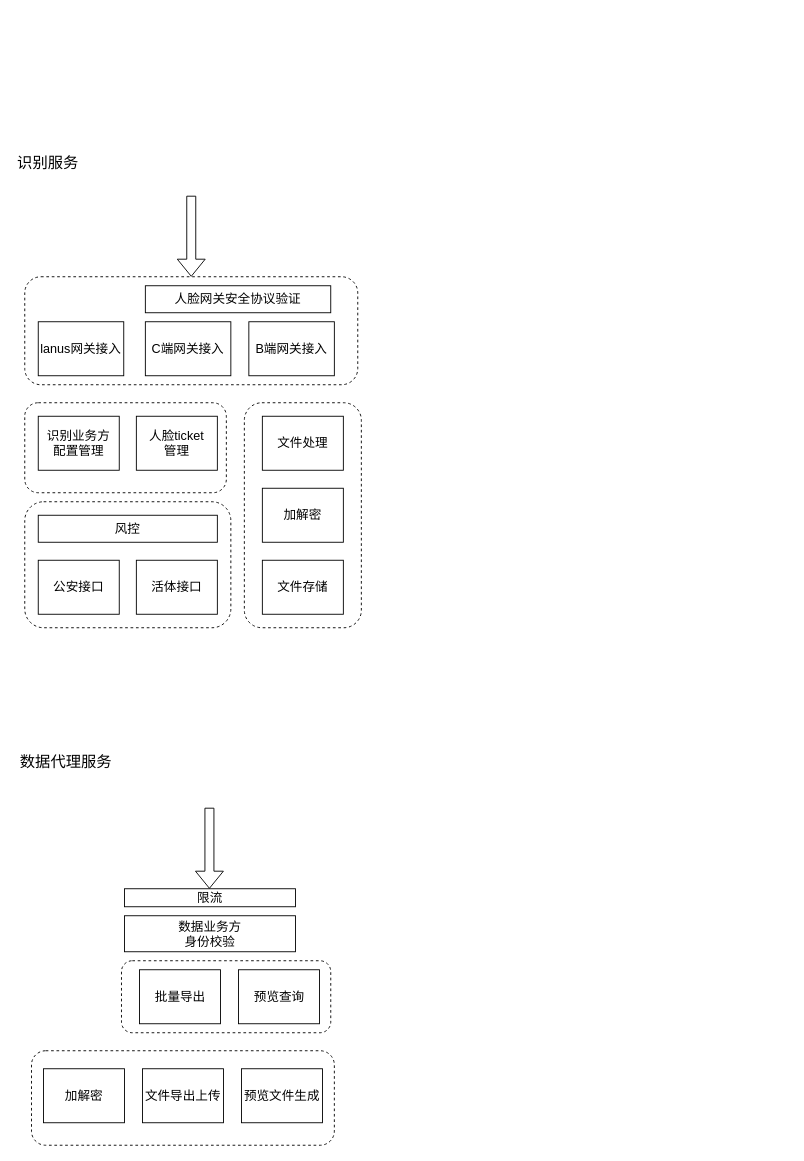
The draw.io diagram 人脸后台模块图.drawio in hua66ForFreedom/JustForTest, before the edit. Source tidied: cells renumbered, new cells numbered last; positions are measured from the earlier drawing's top-left corner, leaving out a move shared by most shapes. Both pictures are drawn from the tidied source at 90%, with x=0, y=0 at pixel (15, 141).
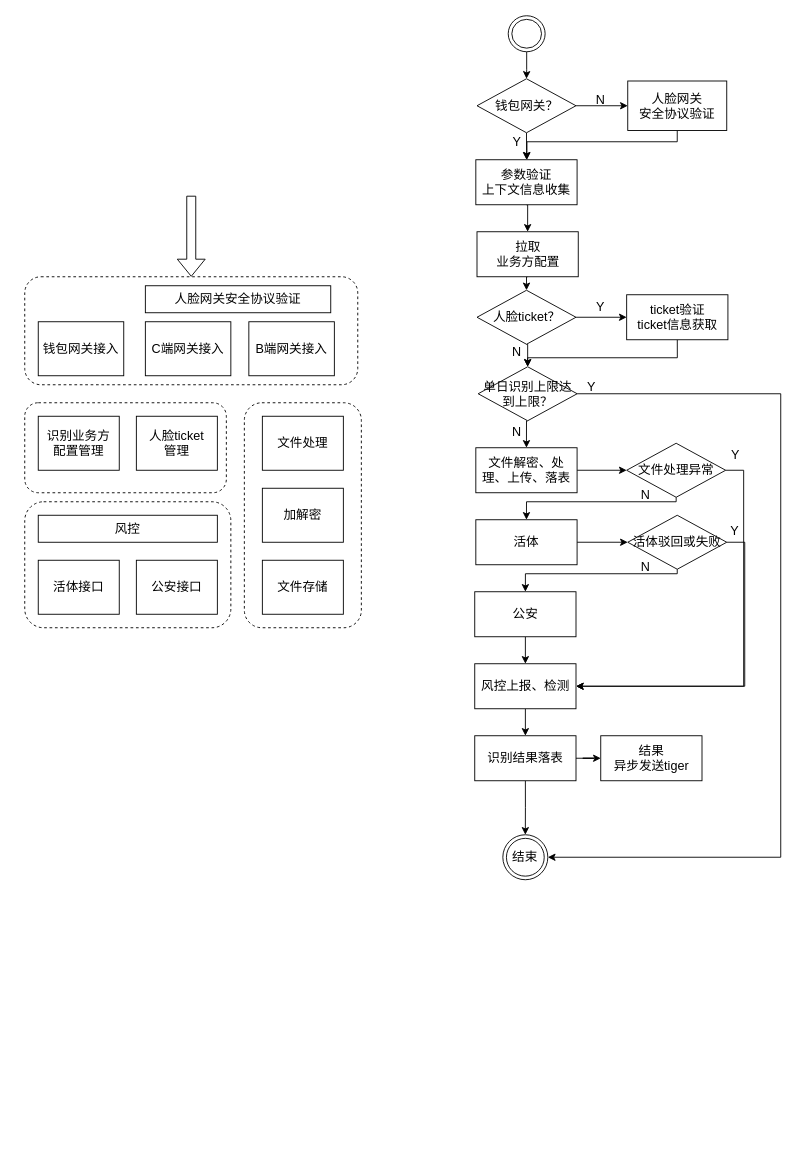
The same diagram, later.

Commit message (it also covers changes not shown here):
Update 人脸后台模块图.drawio

The edit, as a diff of the source:
```diff
@@
-    <mxCell id="2" style="rounded=1;whiteSpace=wrap;html=1;fontSize=14;fillColor=none;dashed=1;strokeWidth=1;" parent="1" vertex="1">
-      <mxGeometry x="117.5" y="910" width="232.5" height="80" as="geometry" />
-    </mxCell>
-    <mxCell id="3" style="rounded=1;whiteSpace=wrap;html=1;fontSize=14;fillColor=none;dashed=1;strokeWidth=1;" parent="1" vertex="1">
-      <mxGeometry x="17.5" y="1010" width="336.5" height="105" as="geometry" />
-    </mxCell>
+    <mxCell id="19" style="rounded=1;whiteSpace=wrap;html=1;fontSize=14;fillColor=none;dashed=1;strokeWidth=1;" parent="1" vertex="1">
+      <mxGeometry x="10" y="400" width="229" height="140" as="geometry" />
+    </mxCell>
+    <mxCell id="24" style="rounded=1;whiteSpace=wrap;html=1;fontSize=14;fillColor=none;dashed=1;strokeWidth=1;" parent="1" vertex="1">
+      <mxGeometry x="10" y="150" width="370" height="120" as="geometry" />
+    </mxCell>
@@
     <mxCell id="10" value="活体接口" style="rounded=0;whiteSpace=wrap;html=1;fontSize=14;" parent="1" vertex="1">
-      <mxGeometry x="134" y="465" width="90" height="60" as="geometry" />
+      <mxGeometry x="25" y="465" width="90" height="60" as="geometry" />
     </mxCell>
     <mxCell id="11" value="公安接口" style="rounded=0;whiteSpace=wrap;html=1;fontSize=14;" parent="1" vertex="1">
-      <mxGeometry x="25" y="465" width="90" height="60" as="geometry" />
+      <mxGeometry x="134" y="465" width="90" height="60" as="geometry" />
     </mxCell>
@@
-    <mxCell id="13" value="数据业务方&lt;br&gt;身份校验" style="rounded=0;whiteSpace=wrap;html=1;fontSize=14;" parent="1" vertex="1">
-      <mxGeometry x="120.8" y="860" width="190" height="40" as="geometry" />
-    </mxCell>
-    <mxCell id="14" value="lanus网关接入" style="rounded=0;whiteSpace=wrap;html=1;fontSize=14;" parent="1" vertex="1">
+    <mxCell id="14" value="钱包网关接入" style="rounded=0;whiteSpace=wrap;html=1;fontSize=14;" parent="1" vertex="1">
       <mxGeometry x="25" y="200" width="95" height="60" as="geometry" />
     </mxCell>
-    <mxCell id="15" value="加解密" style="rounded=0;whiteSpace=wrap;html=1;fontSize=14;" parent="1" vertex="1">
-      <mxGeometry x="30.8" y="1030" width="90" height="60" as="geometry" />
-    </mxCell>
-    <mxCell id="16" value="文件导出上传" style="rounded=0;whiteSpace=wrap;html=1;fontSize=14;" parent="1" vertex="1">
-      <mxGeometry x="140.8" y="1030" width="90" height="60" as="geometry" />
-    </mxCell>
-    <mxCell id="17" value="预览文件生成" style="rounded=0;whiteSpace=wrap;html=1;fontSize=14;" parent="1" vertex="1">
-      <mxGeometry x="250.8" y="1030" width="90" height="60" as="geometry" />
-    </mxCell>
-    <mxCell id="18" value="限流" style="rounded=0;whiteSpace=wrap;html=1;fontSize=14;" parent="1" vertex="1">
-      <mxGeometry x="120.8" y="830" width="190" height="20" as="geometry" />
-    </mxCell>
-    <mxCell id="19" style="rounded=1;whiteSpace=wrap;html=1;fontSize=14;fillColor=none;dashed=1;strokeWidth=1;" parent="1" vertex="1">
-      <mxGeometry x="10" y="400" width="229" height="140" as="geometry" />
-    </mxCell>
@@
-    <mxCell id="24" style="rounded=1;whiteSpace=wrap;html=1;fontSize=14;fillColor=none;dashed=1;strokeWidth=1;" parent="1" vertex="1">
-      <mxGeometry x="10" y="150" width="370" height="120" as="geometry" />
-    </mxCell>
@@
-    <mxCell id="26" value="批量导出" style="rounded=0;whiteSpace=wrap;html=1;fontSize=14;" parent="1" vertex="1">
-      <mxGeometry x="137.5" y="920" width="90" height="60" as="geometry" />
-    </mxCell>
-    <mxCell id="27" value="预览查询" style="rounded=0;whiteSpace=wrap;html=1;fontSize=14;" parent="1" vertex="1">
-      <mxGeometry x="247.5" y="920" width="90" height="60" as="geometry" />
-    </mxCell>
-    <mxCell id="28" style="shape=flexArrow;endArrow=classic;html=1;fontSize=14;entryX=0.5;entryY=0;entryDx=0;entryDy=0;" parent="1" edge="1">
-      <mxGeometry relative="1" as="geometry">
-        <mxPoint x="215.2" y="740" as="sourcePoint" />
-        <mxPoint x="215.2" y="830" as="targetPoint" />
-      </mxGeometry>
-    </mxCell>
-    <mxCell id="29" value="数据代理服务" style="text;html=1;strokeColor=none;fillColor=none;align=left;verticalAlign=middle;whiteSpace=wrap;rounded=0;dashed=1;fontSize=17;" parent="1" vertex="1">
-      <mxGeometry x="2.5" y="670" width="117.5" height="40" as="geometry" />
-    </mxCell>
-    <mxCell id="30" value="识别服务" style="text;html=1;strokeColor=none;fillColor=none;align=left;verticalAlign=middle;whiteSpace=wrap;rounded=0;dashed=1;fontSize=17;" parent="1" vertex="1">
-      <mxGeometry width="110" height="50" as="geometry" />
-    </mxCell>
+    <mxCell id="31" style="edgeStyle=orthogonalEdgeStyle;rounded=0;jettySize=auto;html=1;exitX=0.5;exitY=1;exitDx=0;exitDy=0;fontSize=14;" parent="1" edge="1" source="32" target="37">
+      <mxGeometry relative="1" as="geometry" />
+    </mxCell>
+    <mxCell id="32" style="ellipse;shape=doubleEllipse;whiteSpace=wrap;html=1;fontSize=17;strokeWidth=1;gradientColor=none;align=left;verticalAlign=middle;fillColor=#FFFFFF;shadow=0;" parent="1" vertex="1">
+      <mxGeometry x="547.2" y="-140" width="41" height="40" as="geometry" />
+    </mxCell>
+    <mxCell id="33" style="edgeStyle=orthogonalEdgeStyle;rounded=0;jettySize=auto;html=1;exitX=0.5;exitY=1;exitDx=0;exitDy=0;fontSize=14;" parent="1" edge="1" source="34" target="39">
+      <mxGeometry relative="1" as="geometry">
+        <Array as="points">
+          <mxPoint x="735" />
+          <mxPoint x="568" />
+        </Array>
+      </mxGeometry>
+    </mxCell>
+    <mxCell id="34" value="人脸网关&lt;br&gt;安全协议验证" style="rounded=0;whiteSpace=wrap;html=1;shadow=0;glass=0;sketch=0;fontSize=14;strokeWidth=1;fillColor=#FFFFFF;gradientColor=none;align=center;verticalAlign=middle;" parent="1" vertex="1">
+      <mxGeometry x="680" y="-67.5" width="110" height="55" as="geometry" />
+    </mxCell>
+    <mxCell id="35" style="edgeStyle=orthogonalEdgeStyle;rounded=0;jettySize=auto;html=1;exitX=1;exitY=0.5;exitDx=0;exitDy=0;entryX=0;entryY=0.5;entryDx=0;entryDy=0;fontSize=14;" parent="1" edge="1" source="37" target="34">
+      <mxGeometry relative="1" as="geometry" />
+    </mxCell>
+    <mxCell id="36" style="edgeStyle=orthogonalEdgeStyle;rounded=0;jettySize=auto;html=1;exitX=0.5;exitY=1;exitDx=0;exitDy=0;fontSize=14;" parent="1" edge="1" source="37" target="39">
+      <mxGeometry relative="1" as="geometry" />
+    </mxCell>
+    <mxCell id="37" value="钱包网关？" style="rhombus;whiteSpace=wrap;html=1;rounded=0;shadow=0;glass=0;sketch=0;fontSize=14;strokeWidth=1;fillColor=#FFFFFF;gradientColor=none;align=center;verticalAlign=middle;" parent="1" vertex="1">
+      <mxGeometry x="512.5" y="-70" width="110" height="60" as="geometry" />
+    </mxCell>
+    <mxCell id="38" style="edgeStyle=orthogonalEdgeStyle;rounded=0;jettySize=auto;html=1;exitX=0.5;exitY=1;exitDx=0;exitDy=0;entryX=0.5;entryY=0;entryDx=0;entryDy=0;fontSize=14;" parent="1" edge="1" source="39" target="41">
+      <mxGeometry relative="1" as="geometry" />
+    </mxCell>
+    <mxCell id="39" value="参数验证&lt;br&gt;上下文信息收集" style="rounded=0;whiteSpace=wrap;html=1;shadow=0;glass=0;sketch=0;fontSize=14;strokeWidth=1;fillColor=#FFFFFF;gradientColor=none;align=center;verticalAlign=middle;" parent="1" vertex="1">
+      <mxGeometry x="511.2" y="20" width="112.5" height="50" as="geometry" />
+    </mxCell>
+    <mxCell id="40" style="edgeStyle=orthogonalEdgeStyle;rounded=0;jettySize=auto;html=1;exitX=0.5;exitY=1;exitDx=0;exitDy=0;entryX=0.5;entryY=0;entryDx=0;entryDy=0;fontSize=14;" parent="1" edge="1" source="41" target="46">
+      <mxGeometry relative="1" as="geometry" />
+    </mxCell>
+    <mxCell id="41" value="拉取&lt;br&gt;业务方配置" style="rounded=0;whiteSpace=wrap;html=1;shadow=0;glass=0;sketch=0;fontSize=14;strokeWidth=1;fillColor=#FFFFFF;gradientColor=none;align=center;verticalAlign=middle;" parent="1" vertex="1">
+      <mxGeometry x="512.5" y="100" width="112.5" height="50" as="geometry" />
+    </mxCell>
+    <mxCell id="42" style="edgeStyle=orthogonalEdgeStyle;rounded=0;jettySize=auto;html=1;exitX=0.5;exitY=1;exitDx=0;exitDy=0;entryX=0.5;entryY=0;entryDx=0;entryDy=0;fontSize=14;" parent="1" edge="1" source="43" target="58">
+      <mxGeometry relative="1" as="geometry">
+        <Array as="points">
+          <mxPoint x="735" y="240" />
+          <mxPoint x="569" y="240" />
+        </Array>
+      </mxGeometry>
+    </mxCell>
+    <mxCell id="43" value="ticket验证&lt;br&gt;ticket信息获取" style="rounded=0;whiteSpace=wrap;html=1;shadow=0;glass=0;sketch=0;fontSize=14;strokeWidth=1;fillColor=#FFFFFF;gradientColor=none;align=center;verticalAlign=middle;" parent="1" vertex="1">
+      <mxGeometry x="678.8" y="170" width="112.5" height="50" as="geometry" />
+    </mxCell>
+    <mxCell id="44" style="edgeStyle=orthogonalEdgeStyle;rounded=0;jettySize=auto;html=1;exitX=1;exitY=0.5;exitDx=0;exitDy=0;entryX=0;entryY=0.5;entryDx=0;entryDy=0;fontSize=14;" parent="1" edge="1" source="46" target="43">
+      <mxGeometry relative="1" as="geometry" />
+    </mxCell>
+    <mxCell id="45" style="edgeStyle=orthogonalEdgeStyle;rounded=0;jettySize=auto;html=1;exitX=0.5;exitY=1;exitDx=0;exitDy=0;entryX=0.5;entryY=0;entryDx=0;entryDy=0;fontSize=14;" parent="1" edge="1" source="46" target="58">
+      <mxGeometry relative="1" as="geometry" />
+    </mxCell>
+    <mxCell id="46" value="人脸ticket？" style="rhombus;whiteSpace=wrap;html=1;rounded=0;shadow=0;glass=0;sketch=0;fontSize=14;strokeWidth=1;fillColor=#FFFFFF;gradientColor=none;align=center;verticalAlign=middle;" parent="1" vertex="1">
+      <mxGeometry x="512.5" y="165" width="110" height="60" as="geometry" />
+    </mxCell>
+    <mxCell id="47" style="edgeStyle=orthogonalEdgeStyle;rounded=0;jettySize=auto;html=1;exitX=1;exitY=0.5;exitDx=0;exitDy=0;entryX=0;entryY=0.5;entryDx=0;entryDy=0;fontSize=14;" parent="1" edge="1" source="48" target="61">
+      <mxGeometry relative="1" as="geometry" />
+    </mxCell>
+    <mxCell id="48" value="文件解密、处理、上传、落表" style="rounded=0;whiteSpace=wrap;html=1;shadow=0;glass=0;sketch=0;fontSize=14;strokeWidth=1;fillColor=#FFFFFF;gradientColor=none;align=center;verticalAlign=middle;" parent="1" vertex="1">
+      <mxGeometry x="511.2" y="340" width="112.5" height="50" as="geometry" />
+    </mxCell>
+    <mxCell id="49" style="edgeStyle=orthogonalEdgeStyle;rounded=0;jettySize=auto;html=1;exitX=1;exitY=0.5;exitDx=0;exitDy=0;entryX=0;entryY=0.5;entryDx=0;entryDy=0;fontSize=14;" parent="1" edge="1" source="50" target="64">
+      <mxGeometry relative="1" as="geometry" />
+    </mxCell>
+    <mxCell id="50" value="活体" style="rounded=0;whiteSpace=wrap;html=1;shadow=0;glass=0;sketch=0;fontSize=14;strokeWidth=1;fillColor=#FFFFFF;gradientColor=none;align=center;verticalAlign=middle;" parent="1" vertex="1">
+      <mxGeometry x="511.2" y="420" width="112.5" height="50" as="geometry" />
+    </mxCell>
+    <mxCell id="51" style="edgeStyle=orthogonalEdgeStyle;rounded=0;jettySize=auto;html=1;exitX=0.5;exitY=1;exitDx=0;exitDy=0;entryX=0.5;entryY=0;entryDx=0;entryDy=0;fontSize=14;" parent="1" edge="1" source="52" target="54">
+      <mxGeometry relative="1" as="geometry" />
+    </mxCell>
+    <mxCell id="52" value="公安" style="rounded=0;whiteSpace=wrap;html=1;shadow=0;glass=0;sketch=0;fontSize=14;strokeWidth=1;fillColor=#FFFFFF;gradientColor=none;align=center;verticalAlign=middle;" parent="1" vertex="1">
+      <mxGeometry x="510" y="500" width="112.5" height="50" as="geometry" />
+    </mxCell>
+    <mxCell id="53" style="edgeStyle=orthogonalEdgeStyle;rounded=0;jettySize=auto;html=1;exitX=0.5;exitY=1;exitDx=0;exitDy=0;entryX=0.5;entryY=0;entryDx=0;entryDy=0;fontSize=14;" parent="1" edge="1" source="54" target="67">
+      <mxGeometry relative="1" as="geometry" />
+    </mxCell>
+    <mxCell id="54" value="风控上报、检测" style="rounded=0;whiteSpace=wrap;html=1;shadow=0;glass=0;sketch=0;fontSize=14;strokeWidth=1;fillColor=#FFFFFF;gradientColor=none;align=center;verticalAlign=middle;" parent="1" vertex="1">
+      <mxGeometry x="510" y="580" width="112.5" height="50" as="geometry" />
+    </mxCell>
+    <mxCell id="55" value="结束" style="ellipse;shape=doubleEllipse;whiteSpace=wrap;html=1;rounded=0;shadow=0;glass=0;sketch=0;fontSize=14;strokeWidth=1;fillColor=#FFFFFF;gradientColor=none;align=center;verticalAlign=middle;" parent="1" vertex="1">
+      <mxGeometry x="541.2" y="770" width="50" height="50" as="geometry" />
+    </mxCell>
+    <mxCell id="56" style="edgeStyle=orthogonalEdgeStyle;rounded=0;jettySize=auto;html=1;exitX=0.5;exitY=1;exitDx=0;exitDy=0;entryX=0.5;entryY=0;entryDx=0;entryDy=0;fontSize=14;" parent="1" edge="1" source="58" target="48">
+      <mxGeometry relative="1" as="geometry" />
+    </mxCell>
+    <mxCell id="57" style="edgeStyle=orthogonalEdgeStyle;rounded=0;jettySize=auto;html=1;exitX=1;exitY=0.5;exitDx=0;exitDy=0;entryX=1;entryY=0.5;entryDx=0;entryDy=0;fontSize=14;" parent="1" edge="1" source="58" target="55">
+      <mxGeometry relative="1" as="geometry">
+        <Array as="points">
+          <mxPoint x="850" y="280" />
+          <mxPoint x="850" y="795" />
+        </Array>
+      </mxGeometry>
+    </mxCell>
+    <mxCell id="58" value="单日识别上限达到上限？" style="rhombus;whiteSpace=wrap;html=1;rounded=0;shadow=0;glass=0;sketch=0;fontSize=14;strokeWidth=1;fillColor=#FFFFFF;gradientColor=none;align=center;verticalAlign=middle;" parent="1" vertex="1">
+      <mxGeometry x="513.8" y="250" width="110" height="60" as="geometry" />
+    </mxCell>
+    <mxCell id="59" style="edgeStyle=orthogonalEdgeStyle;rounded=0;jettySize=auto;html=1;exitX=0.5;exitY=1;exitDx=0;exitDy=0;entryX=0.5;entryY=0;entryDx=0;entryDy=0;fontSize=14;" parent="1" edge="1" source="61" target="50">
+      <mxGeometry relative="1" as="geometry">
+        <Array as="points">
+          <mxPoint x="734" y="400" />
+          <mxPoint x="568" y="400" />
+        </Array>
+      </mxGeometry>
+    </mxCell>
+    <mxCell id="60" style="edgeStyle=orthogonalEdgeStyle;rounded=0;jettySize=auto;html=1;exitX=1;exitY=0.5;exitDx=0;exitDy=0;entryX=1;entryY=0.5;entryDx=0;entryDy=0;fontSize=14;" parent="1" edge="1" source="61" target="54">
+      <mxGeometry relative="1" as="geometry" />
+    </mxCell>
+    <mxCell id="61" value="文件处理异常" style="rhombus;whiteSpace=wrap;html=1;rounded=0;shadow=0;glass=0;sketch=0;fontSize=14;strokeWidth=1;fillColor=#FFFFFF;gradientColor=none;align=center;verticalAlign=middle;" parent="1" vertex="1">
+      <mxGeometry x="678.8" y="335" width="110" height="60" as="geometry" />
+    </mxCell>
+    <mxCell id="62" style="edgeStyle=orthogonalEdgeStyle;rounded=0;jettySize=auto;html=1;exitX=0.5;exitY=1;exitDx=0;exitDy=0;entryX=0.5;entryY=0;entryDx=0;entryDy=0;fontSize=14;" parent="1" edge="1" source="64" target="52">
+      <mxGeometry relative="1" as="geometry">
+        <Array as="points">
+          <mxPoint x="735" y="480" />
+          <mxPoint x="566" y="480" />
+        </Array>
+      </mxGeometry>
+    </mxCell>
+    <mxCell id="63" style="edgeStyle=orthogonalEdgeStyle;rounded=0;jettySize=auto;html=1;exitX=1;exitY=0.5;exitDx=0;exitDy=0;entryX=1;entryY=0.5;entryDx=0;entryDy=0;fontSize=14;" parent="1" edge="1" source="64" target="54">
+      <mxGeometry relative="1" as="geometry" />
+    </mxCell>
+    <mxCell id="64" value="活体驳回或失败" style="rhombus;whiteSpace=wrap;html=1;rounded=0;shadow=0;glass=0;sketch=0;fontSize=14;strokeWidth=1;fillColor=#FFFFFF;gradientColor=none;align=center;verticalAlign=middle;" parent="1" vertex="1">
+      <mxGeometry x="680" y="415" width="110" height="60" as="geometry" />
+    </mxCell>
+    <mxCell id="65" style="edgeStyle=orthogonalEdgeStyle;rounded=0;jettySize=auto;html=1;exitX=0.5;exitY=1;exitDx=0;exitDy=0;entryX=0.5;entryY=0;entryDx=0;entryDy=0;fontSize=14;" parent="1" edge="1" source="67" target="55">
+      <mxGeometry relative="1" as="geometry" />
+    </mxCell>
+    <mxCell id="66" style="edgeStyle=orthogonalEdgeStyle;rounded=0;jettySize=auto;html=1;fontSize=14;" parent="1" edge="1" source="67" target="68">
+      <mxGeometry relative="1" as="geometry" />
+    </mxCell>
+    <mxCell id="67" value="识别结果落表" style="rounded=0;whiteSpace=wrap;html=1;shadow=0;glass=0;sketch=0;fontSize=14;strokeWidth=1;fillColor=#FFFFFF;gradientColor=none;align=center;verticalAlign=middle;" parent="1" vertex="1">
+      <mxGeometry x="510" y="660" width="112.5" height="50" as="geometry" />
+    </mxCell>
+    <mxCell id="68" value="结果&lt;br&gt;异步发送tiger" style="rounded=0;whiteSpace=wrap;html=1;shadow=0;glass=0;sketch=0;fontSize=14;strokeWidth=1;fillColor=#FFFFFF;gradientColor=none;align=center;verticalAlign=middle;" parent="1" vertex="1">
+      <mxGeometry x="650" y="660" width="112.5" height="50" as="geometry" />
+    </mxCell>
+    <mxCell id="69" value="Y" style="text;html=1;strokeColor=none;fillColor=none;align=center;verticalAlign=middle;whiteSpace=wrap;rounded=0;shadow=0;glass=0;sketch=0;fontSize=14;" parent="1" vertex="1">
+      <mxGeometry x="547.2" y="-12.5" width="20" height="25" as="geometry" />
+    </mxCell>
+    <mxCell id="70" value="N" style="text;html=1;strokeColor=none;fillColor=none;align=center;verticalAlign=middle;whiteSpace=wrap;rounded=0;shadow=0;glass=0;sketch=0;fontSize=14;" parent="1" vertex="1">
+      <mxGeometry x="640" y="-60" width="20" height="25" as="geometry" />
+    </mxCell>
+    <mxCell id="71" value="Y" style="text;html=1;strokeColor=none;fillColor=none;align=center;verticalAlign=middle;whiteSpace=wrap;rounded=0;shadow=0;glass=0;sketch=0;fontSize=14;" parent="1" vertex="1">
+      <mxGeometry x="640" y="170" width="20" height="25" as="geometry" />
+    </mxCell>
+    <mxCell id="72" value="Y" style="text;html=1;strokeColor=none;fillColor=none;align=center;verticalAlign=middle;whiteSpace=wrap;rounded=0;shadow=0;glass=0;sketch=0;fontSize=14;" parent="1" vertex="1">
+      <mxGeometry x="790" y="335" width="20" height="25" as="geometry" />
+    </mxCell>
+    <mxCell id="73" value="Y" style="text;html=1;strokeColor=none;fillColor=none;align=center;verticalAlign=middle;whiteSpace=wrap;rounded=0;shadow=0;glass=0;sketch=0;fontSize=14;" parent="1" vertex="1">
+      <mxGeometry x="788.8" y="420" width="20" height="25" as="geometry" />
+    </mxCell>
+    <mxCell id="74" value="N" style="text;html=1;strokeColor=none;fillColor=none;align=center;verticalAlign=middle;whiteSpace=wrap;rounded=0;shadow=0;glass=0;sketch=0;fontSize=14;" parent="1" vertex="1">
+      <mxGeometry x="547.2" y="220" width="20" height="25" as="geometry" />
+    </mxCell>
+    <mxCell id="75" value="N" style="text;html=1;strokeColor=none;fillColor=none;align=center;verticalAlign=middle;whiteSpace=wrap;rounded=0;shadow=0;glass=0;sketch=0;fontSize=14;" parent="1" vertex="1">
+      <mxGeometry x="690" y="380" width="20" height="25" as="geometry" />
+    </mxCell>
+    <mxCell id="76" value="N" style="text;html=1;strokeColor=none;fillColor=none;align=center;verticalAlign=middle;whiteSpace=wrap;rounded=0;shadow=0;glass=0;sketch=0;fontSize=14;" parent="1" vertex="1">
+      <mxGeometry x="690" y="460" width="20" height="25" as="geometry" />
+    </mxCell>
+    <mxCell id="77" value="N" style="text;html=1;strokeColor=none;fillColor=none;align=center;verticalAlign=middle;whiteSpace=wrap;rounded=0;shadow=0;glass=0;sketch=0;fontSize=14;" parent="1" vertex="1">
+      <mxGeometry x="547.2" y="310" width="20" height="25" as="geometry" />
+    </mxCell>
+    <mxCell id="78" value="Y" style="text;html=1;strokeColor=none;fillColor=none;align=center;verticalAlign=middle;whiteSpace=wrap;rounded=0;shadow=0;glass=0;sketch=0;fontSize=14;" parent="1" vertex="1">
+      <mxGeometry x="630" y="260" width="20" height="25" as="geometry" />
+    </mxCell>
```
